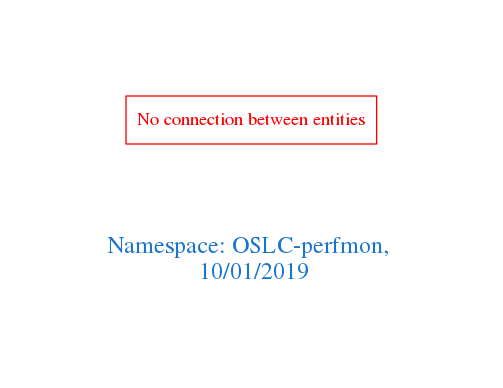
Before: downloads/OSLC-perfmon.png, a diagram exported from Graphviz (arago/OGIT). Its source is kept beside it as downloads/OSLC-perfmon.dot.
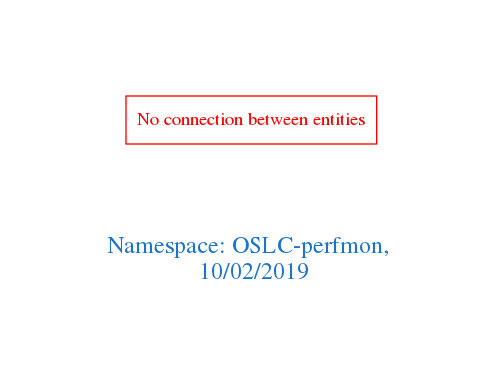
Later version of the same file.

Change to the diagram source:
```diff
@@ -1,7 +1,7 @@
 digraph OGIT_ontology {
  graph [ rankdir= LR,pad=1
 fontsize = 18,
-fontcolor= dodgerblue3,label = "\n\n\nNamespace: OSLC-perfmon, \n 10/01/2019"];
+fontcolor= dodgerblue3,label = "\n\n\nNamespace: OSLC-perfmon, \n 10/02/2019"];
 node[shape=polygon];
 edge [  color="gray81"];
 
```
